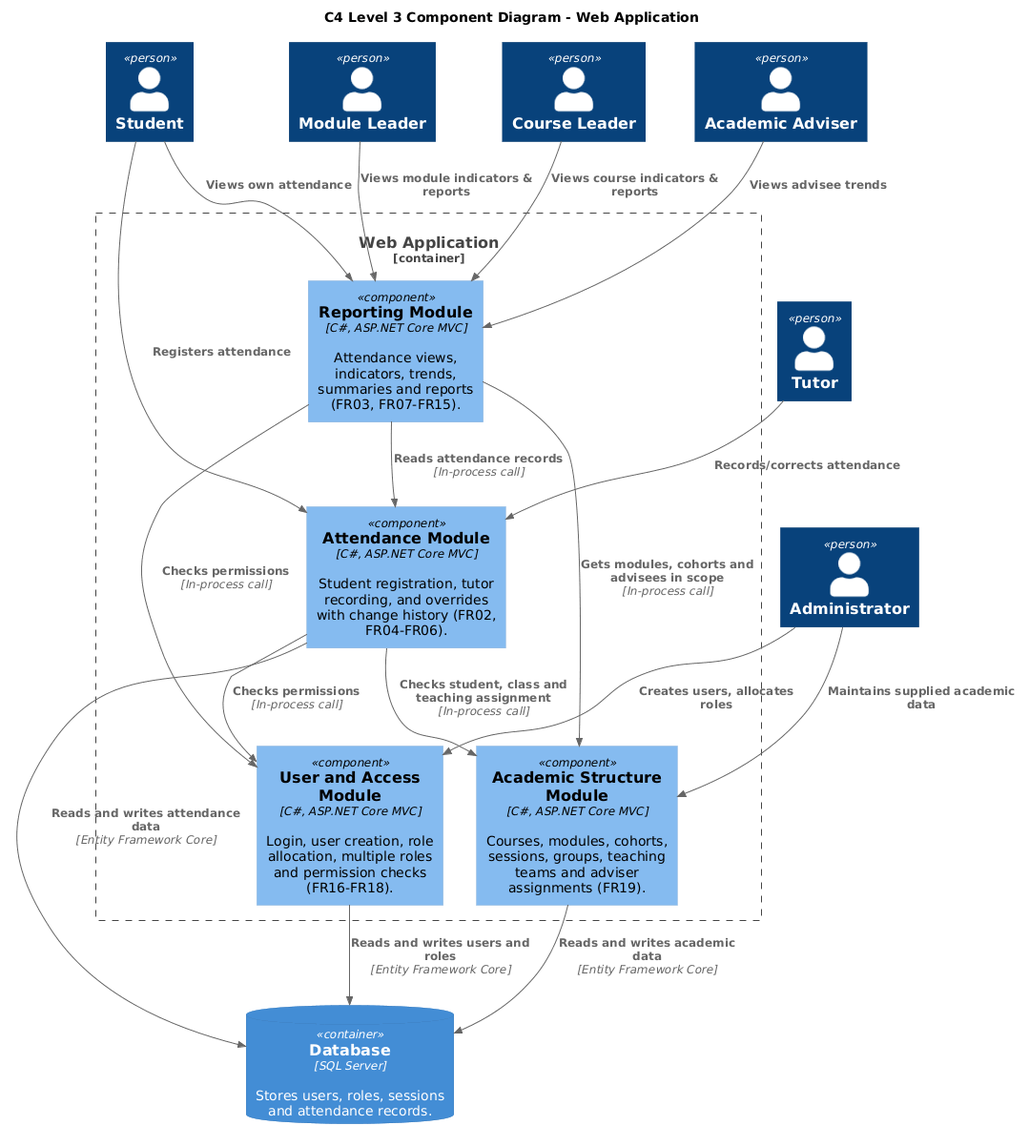
This is out/diagrams/c4-level3-diagram/AttendanceMonitoringSystemC4L3.png from Shelly855/attendance-monitoring-copy, a PlantUML export, as it was before one commit.
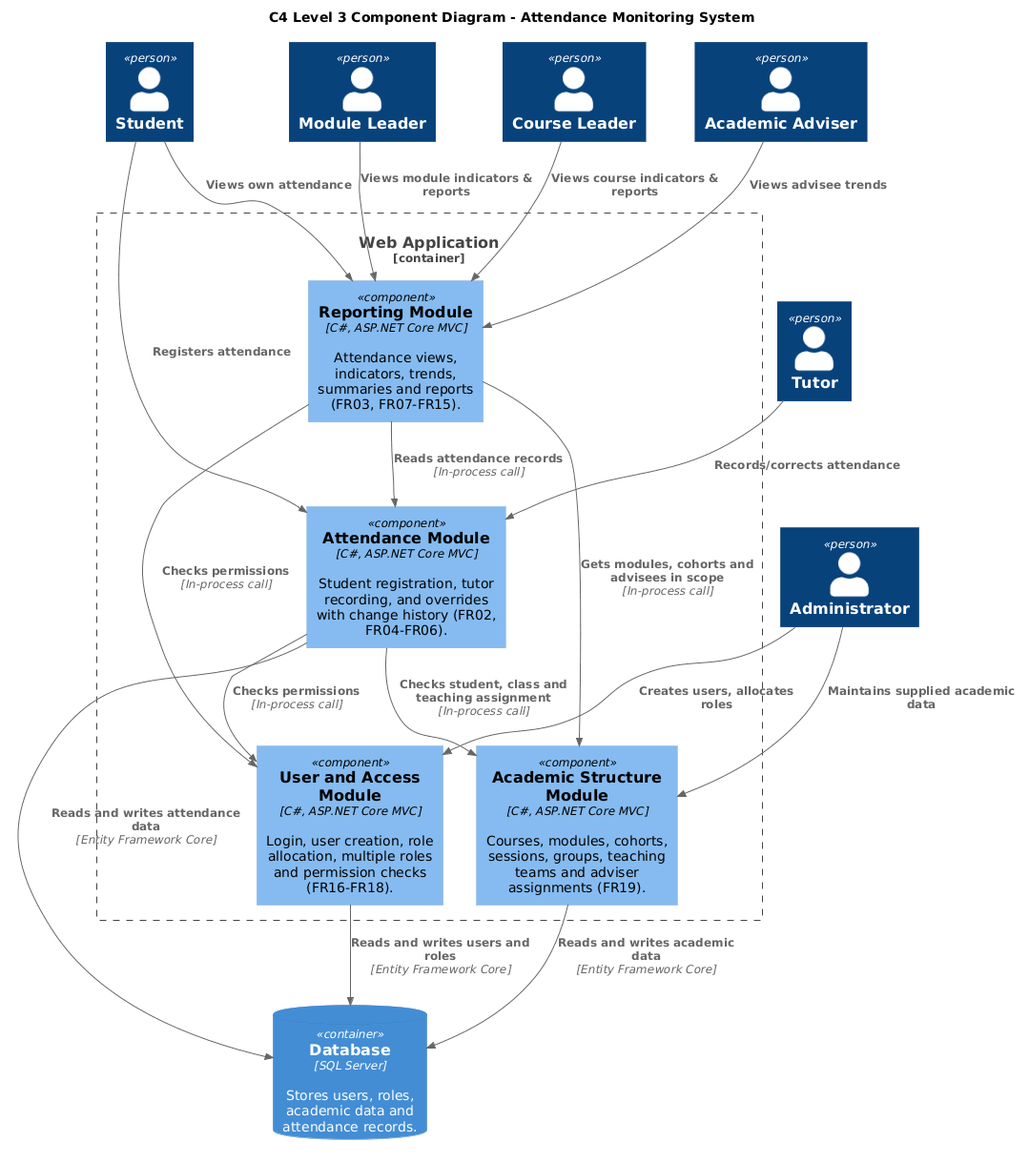
After the commit.

Diff of the diagram source:
```diff
@@ -1,5 +1,5 @@
 @startuml
-title C4 Level 3 Component Diagram - Web Application
+title C4 Level 3 Component Diagram - Attendance Monitoring System
 !include https://raw.githubusercontent.com/plantuml-stdlib/C4-PlantUML/master/C4_Component.puml
 
 Person(student, "Student")
@@ -16,7 +16,7 @@
     Component(academic, "Academic Structure Module", "C#, ASP.NET Core MVC", "Courses, modules, cohorts, sessions, groups, teaching teams and adviser assignments (FR19).")
 }
 
-ContainerDb(db, "Database", "SQL Server", "Stores users, roles, sessions and attendance records.")
+ContainerDb(db, "Database", "SQL Server", "Stores users, roles, academic data and attendance records.")
 
 Rel(student, attendance, "Registers attendance")
 Rel(student, reporting, "Views own attendance")
```
